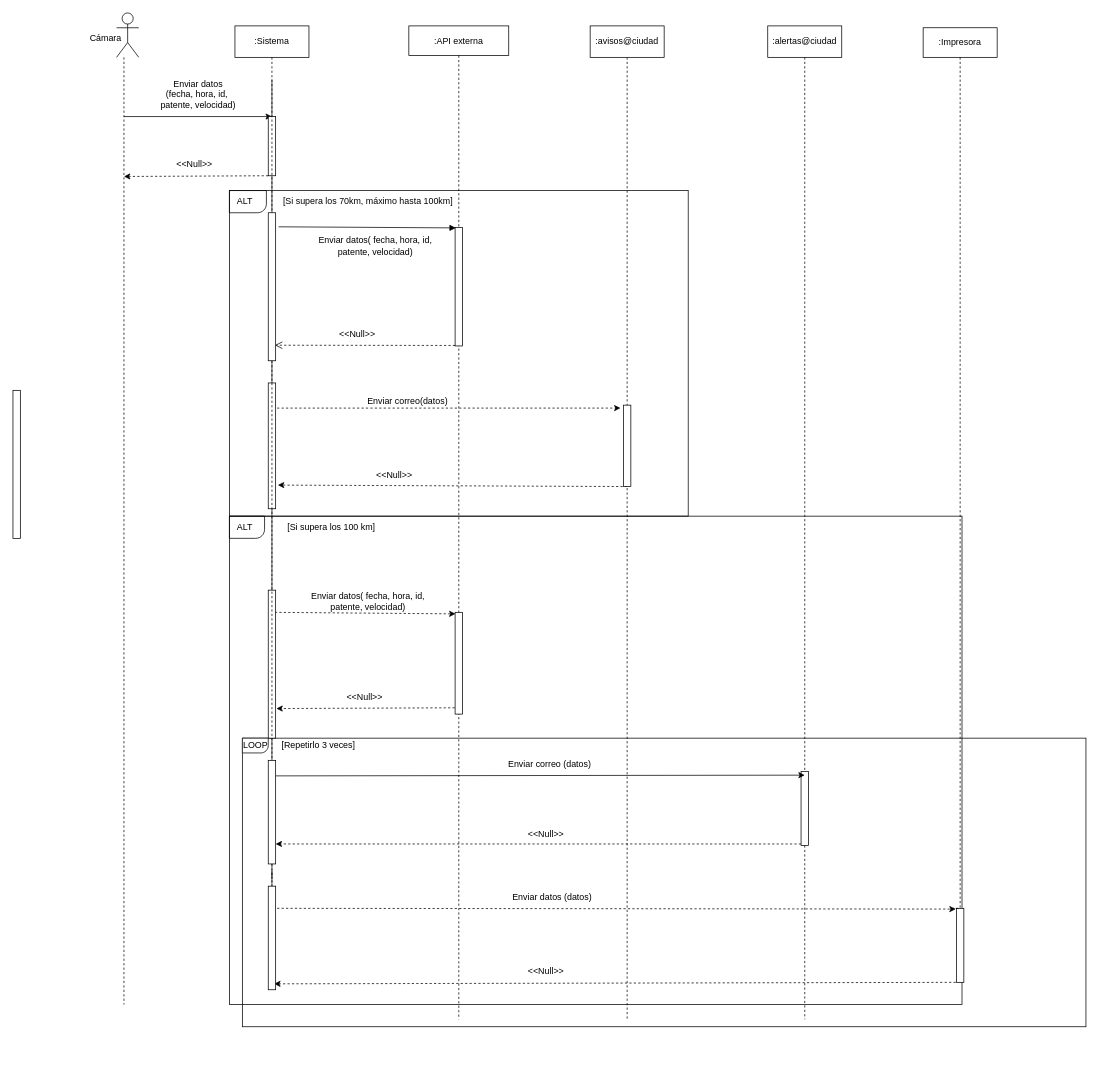
Tomas123-alt/izo-isw1-tpds keeps this draw.io diagram as diagrama/Diagrama sin título.drawio. Above is the earlier version. Source tidied: cells renumbered, new cells numbered last; positions are measured from the earlier drawing's top-left corner, leaving out a move shared by most shapes. Both pictures are drawn from the tidied source at 74%, with x=0, y=0 at pixel (13, 13).
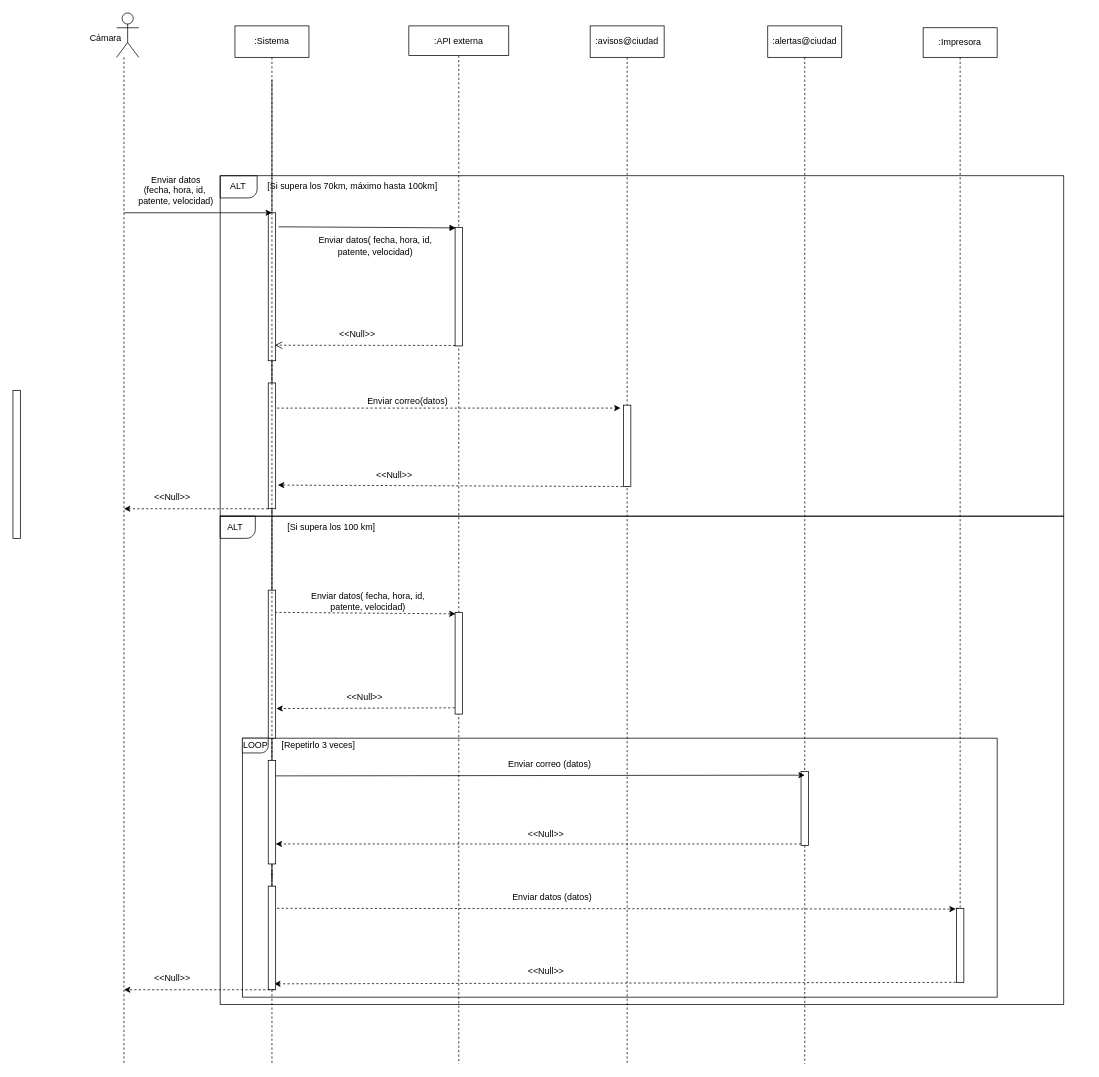
The same diagram, later.

Unchanged cells that the change refers to:
```xml
<mxCell id="9" style="shape=umlActor;verticalLabelPosition=bottom;verticalAlign=top;html=1;outlineConnect=0;" parent="1" vertex="1">
  <mxGeometry x="140" width="30" height="60" as="geometry" />
</mxCell>
<mxCell id="17" value=":avisos@ciudad" style="rounded=0;whiteSpace=wrap;html=1;arcSize=0;" parent="1" vertex="1">
  <mxGeometry x="780" y="17.5" width="100" height="42.5" as="geometry" />
</mxCell>
<mxCell id="27" style="points=[];perimeter=orthogonalPerimeter;rounded=0;shadow=0;strokeWidth=1;" parent="1" vertex="1">
  <mxGeometry x="1065" y="1025" width="10" height="100" as="geometry" />
</mxCell>
<mxCell id="47" value=":Sistema" style="rounded=0;whiteSpace=wrap;html=1;arcSize=0;" parent="1" vertex="1">
  <mxGeometry x="300" y="17.5" width="100" height="42.5" as="geometry" />
</mxCell>
<mxCell id="49" style="points=[];perimeter=orthogonalPerimeter;rounded=0;shadow=0;strokeWidth=1;" parent="1" vertex="1">
  <mxGeometry x="345" y="270" width="10" height="200" as="geometry" />
</mxCell>
<mxCell id="57" style="points=[];perimeter=orthogonalPerimeter;rounded=0;shadow=0;strokeWidth=1;" parent="1" vertex="1">
  <mxGeometry x="345" y="1180" width="10" height="140" as="geometry" />
</mxCell>
```

Diff of the diagram source:
```diff
@@
     <mxCell id="2" value=":API externa" style="shape=umlLifeline;perimeter=lifelinePerimeter;rounded=0;shadow=0;strokeWidth=1;" parent="1" vertex="1">
-      <mxGeometry x="535" y="17.5" width="135" height="1342.5" as="geometry" />
+      <mxGeometry x="535" y="17.5" width="135" height="1402.5" as="geometry" />
     </mxCell>
@@
     <mxCell id="8" style="edgeStyle=orthogonalEdgeStyle;rounded=0;jettySize=auto;html=1;dashed=1;endArrow=none;endFill=0;" parent="1" edge="1" source="9">
       <mxGeometry relative="1" as="geometry">
-        <mxPoint x="150" y="1340" as="targetPoint" />
+        <mxPoint x="150" y="1420" as="targetPoint" />
         <Array as="points">
           <mxPoint x="150" y="1340" />
         </Array>
       </mxGeometry>
     </mxCell>
@@
     <mxCell id="10" style="rounded=0;whiteSpace=wrap;html=1;shadow=0;fontSize=12;fillColor=none;" parent="1" vertex="1">
-      <mxGeometry x="292.5" y="680" width="990" height="660" as="geometry" />
+      <mxGeometry x="280" y="680" width="1140" height="660" as="geometry" />
     </mxCell>
@@
     <mxCell id="12" value="Enviar datos&lt;br&gt;(fecha, hora, id,&amp;nbsp;&lt;br&gt;patente, velocidad)" style="text;html=1;align=center;verticalAlign=middle;strokeColor=none;fillColor=none;" parent="1" vertex="1">
-      <mxGeometry x="190" y="80" width="120" height="60" as="geometry" />
+      <mxGeometry x="160" y="210" width="120" height="60" as="geometry" />
     </mxCell>
-    <mxCell id="13" style="endArrow=classic;html=1;rounded=0;entryX=0.5;entryY=0;entryDx=0;entryDy=0;entryPerimeter=0;" parent="1" edge="1" target="48">
-      <mxGeometry relative="1" as="geometry">
-        <mxPoint x="150" y="140" as="sourcePoint" />
-      </mxGeometry>
-    </mxCell>
     <mxCell id="14" value="&lt;div style=&quot;text-align: left;&quot;&gt;[Si supera los 70km, máximo hasta 100km]&lt;/div&gt;" style="text;html=1;strokeColor=none;fillColor=none;align=center;verticalAlign=middle;whiteSpace=wrap;rounded=0;shadow=0;fontSize=12;" parent="1" vertex="1">
-      <mxGeometry x="345" y="240" width="270" height="30" as="geometry" />
+      <mxGeometry x="323.8" y="220" width="270" height="30" as="geometry" />
     </mxCell>
@@
     <mxCell id="16" style="edgeStyle=orthogonalEdgeStyle;rounded=0;jettySize=auto;html=1;dashed=1;fontSize=12;endArrow=none;endFill=0;" parent="1" edge="1" source="17">
       <mxGeometry relative="1" as="geometry">
-        <mxPoint x="830" y="1360" as="targetPoint" />
+        <mxPoint x="830" y="1420" as="targetPoint" />
       </mxGeometry>
     </mxCell>
@@
     <mxCell id="18" style="edgeStyle=orthogonalEdgeStyle;rounded=0;jettySize=auto;html=1;exitX=0.5;exitY=1;exitDx=0;exitDy=0;dashed=1;fontSize=12;startArrow=none;endArrow=none;endFill=0;" parent="1" edge="1" source="27">
       <mxGeometry relative="1" as="geometry">
-        <mxPoint x="1070" y="1360" as="targetPoint" />
+        <mxPoint x="1070" y="1420" as="targetPoint" />
       </mxGeometry>
     </mxCell>
+    <mxCell id="20" style="rounded=0;whiteSpace=wrap;html=1;shadow=0;fontSize=12;fillColor=none;" parent="1" vertex="1">
+      <mxGeometry x="280" y="220" width="1140" height="460" as="geometry" />
+    </mxCell>
@@
-    <mxCell id="20" style="rounded=0;whiteSpace=wrap;html=1;shadow=0;fontSize=12;fillColor=none;" parent="1" vertex="1">
-      <mxGeometry x="292.5" y="240" width="620" height="440" as="geometry" />
-    </mxCell>
@@
     <mxCell id="36" style="rounded=0;whiteSpace=wrap;html=1;fontSize=12;fillColor=none;" parent="1" vertex="1">
-      <mxGeometry x="310" y="980" width="1140" height="390" as="geometry" />
+      <mxGeometry x="310" y="980" width="1020" height="350" as="geometry" />
     </mxCell>
@@
-    <mxCell id="40" style="endArrow=classic;html=1;rounded=0;dashed=1;fontSize=12;exitX=0;exitY=1;exitDx=0;exitDy=0;exitPerimeter=0;" parent="1" edge="1" source="48">
-      <mxGeometry relative="1" as="geometry">
-        <mxPoint x="150" y="221" as="targetPoint" />
-      </mxGeometry>
-    </mxCell>
-    <mxCell id="41" value="&amp;lt;&amp;lt;Null&amp;gt;&amp;gt;" style="text;html=1;align=center;verticalAlign=middle;strokeColor=none;fillColor=none;fontSize=12;" parent="1" vertex="1">
-      <mxGeometry x="210" y="190" width="70" height="30" as="geometry" />
-    </mxCell>
@@
     <mxCell id="45" value="ALT" style="text;html=1;align=center;verticalAlign=middle;strokeColor=none;fillColor=none;fontSize=12;" parent="1" vertex="1">
-      <mxGeometry x="292.5" y="240" width="40" height="30" as="geometry" />
+      <mxGeometry x="283.8" y="220" width="40" height="30" as="geometry" />
     </mxCell>
@@
-    <mxCell id="48" style="points=[];perimeter=orthogonalPerimeter;rounded=0;shadow=0;strokeWidth=1;" parent="1" vertex="1">
-      <mxGeometry x="345" y="140" width="10" height="80" as="geometry" />
-    </mxCell>
@@
-    <mxCell id="50" style="edgeStyle=orthogonalEdgeStyle;rounded=0;jettySize=auto;exitX=0.5;exitY=1;exitDx=0;exitDy=0;dashed=1;fontSize=12;endArrow=none;endFill=0;fontColor=default;labelBackgroundColor=none;" parent="1" edge="1" source="47" target="49">
-      <mxGeometry relative="1" as="geometry" />
+    <mxCell id="50" style="edgeStyle=orthogonalEdgeStyle;rounded=0;jettySize=auto;exitX=0.5;exitY=1;exitDx=0;exitDy=0;dashed=1;fontSize=12;endArrow=none;endFill=0;fontColor=default;labelBackgroundColor=none;" parent="1" edge="1" source="47">
+      <mxGeometry relative="1" as="geometry">
+        <mxPoint x="350" y="1420" as="targetPoint" />
+      </mxGeometry>
     </mxCell>
@@
     <mxCell id="59" value="ALT" style="text;html=1;align=center;verticalAlign=middle;strokeColor=none;fillColor=none;fontSize=12;" parent="1" vertex="1">
-      <mxGeometry x="292.5" y="680" width="40" height="30" as="geometry" />
+      <mxGeometry x="280" y="680" width="40" height="30" as="geometry" />
     </mxCell>
     <mxCell id="60" style="verticalLabelPosition=bottom;verticalAlign=top;html=1;shape=mxgraph.basic.corner_round_rect;dx=6;rounded=0;fontSize=12;fillColor=none;direction=west;" parent="1" vertex="1">
-      <mxGeometry x="292.5" y="240" width="50" height="30" as="geometry" />
+      <mxGeometry x="280" y="220" width="50" height="30" as="geometry" />
     </mxCell>
     <mxCell id="61" style="verticalLabelPosition=bottom;verticalAlign=top;html=1;shape=mxgraph.basic.corner_round_rect;dx=6;rounded=0;fontSize=12;fillColor=none;direction=west;" parent="1" vertex="1">
-      <mxGeometry x="292.5" y="680" width="47.5" height="30" as="geometry" />
+      <mxGeometry x="280" y="680" width="47.5" height="30" as="geometry" />
     </mxCell>
@@
+    <mxCell id="66" style="endArrow=classic;html=1;rounded=0;" parent="1" edge="1">
+      <mxGeometry relative="1" as="geometry">
+        <mxPoint x="150" y="270" as="sourcePoint" />
+        <mxPoint x="350" y="270" as="targetPoint" />
+      </mxGeometry>
+    </mxCell>
+    <mxCell id="67" style="endArrow=classic;html=1;rounded=0;dashed=1;" parent="1" edge="1">
+      <mxGeometry relative="1" as="geometry">
+        <mxPoint x="345" y="670" as="sourcePoint" />
+        <mxPoint x="150" y="670" as="targetPoint" />
+      </mxGeometry>
+    </mxCell>
+    <mxCell id="68" style="endArrow=classic;html=1;rounded=0;dashed=1;exitX=0.8;exitY=1;exitDx=0;exitDy=0;exitPerimeter=0;" parent="1" edge="1" source="57">
+      <mxGeometry relative="1" as="geometry">
+        <mxPoint x="150" y="1320" as="targetPoint" />
+      </mxGeometry>
+    </mxCell>
+    <mxCell id="69" value="&amp;lt;&amp;lt;Null&amp;gt;&amp;gt;" style="text;html=1;align=center;verticalAlign=middle;strokeColor=none;fillColor=none;fontSize=12;" parent="1" vertex="1">
+      <mxGeometry x="180" y="640" width="70" height="30" as="geometry" />
+    </mxCell>
+    <mxCell id="70" value="&amp;lt;&amp;lt;Null&amp;gt;&amp;gt;" style="text;html=1;align=center;verticalAlign=middle;strokeColor=none;fillColor=none;fontSize=12;" parent="1" vertex="1">
+      <mxGeometry x="180" y="1290" width="70" height="30" as="geometry" />
+    </mxCell>
```
